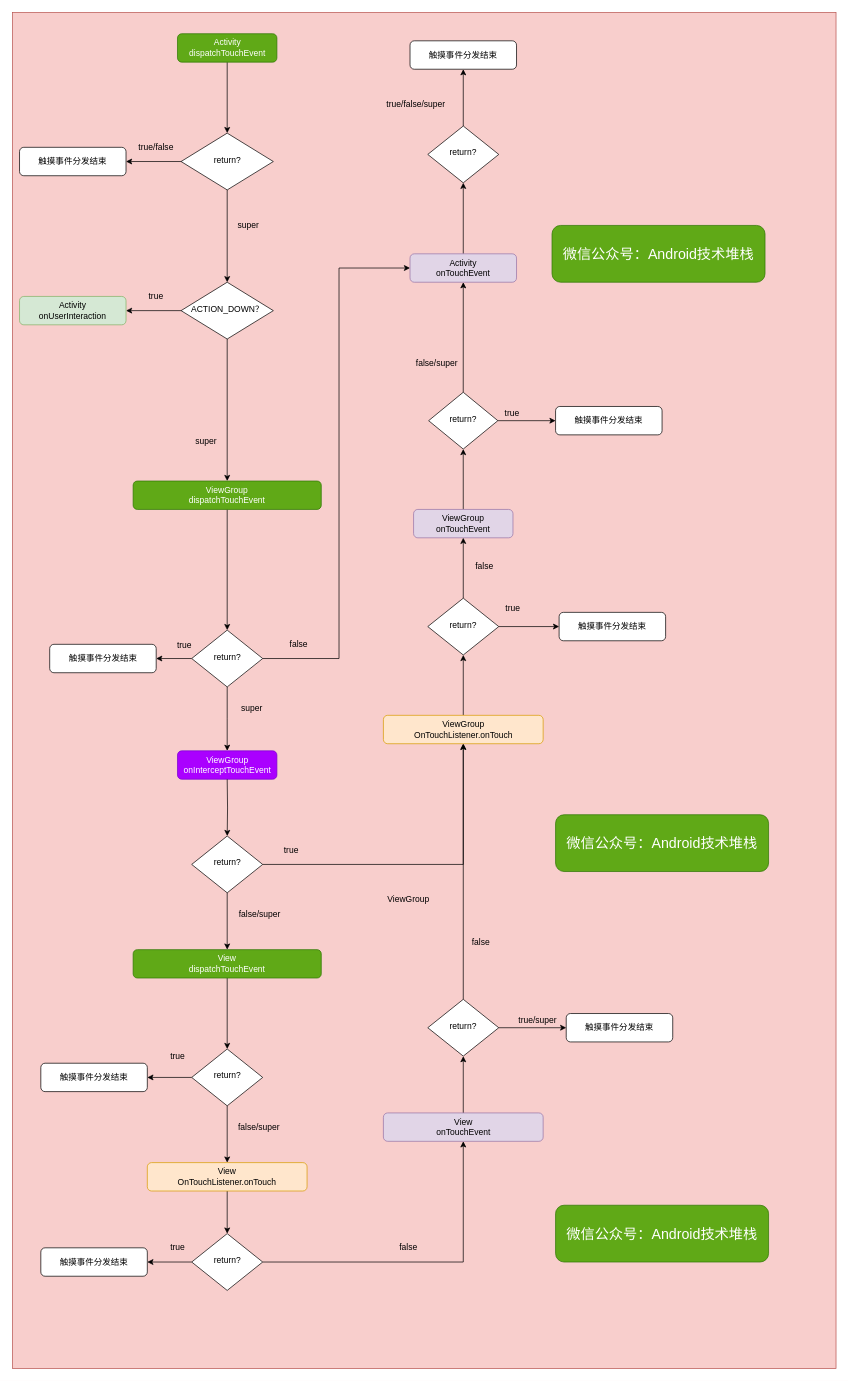
Above: page "触摸事件的分发流程" (2 of 2) of View/Untitled Diagram.drawio in chaozhouzhang/learning-summary (draw.io), before the change. Source tidied: cells renumbered, new cells numbered last; positions are measured from the earlier drawing's top-left corner, leaving out a move shared by most shapes. Both pictures are drawn from the tidied source at 71%, with x=0, y=0 at pixel (12, 12).
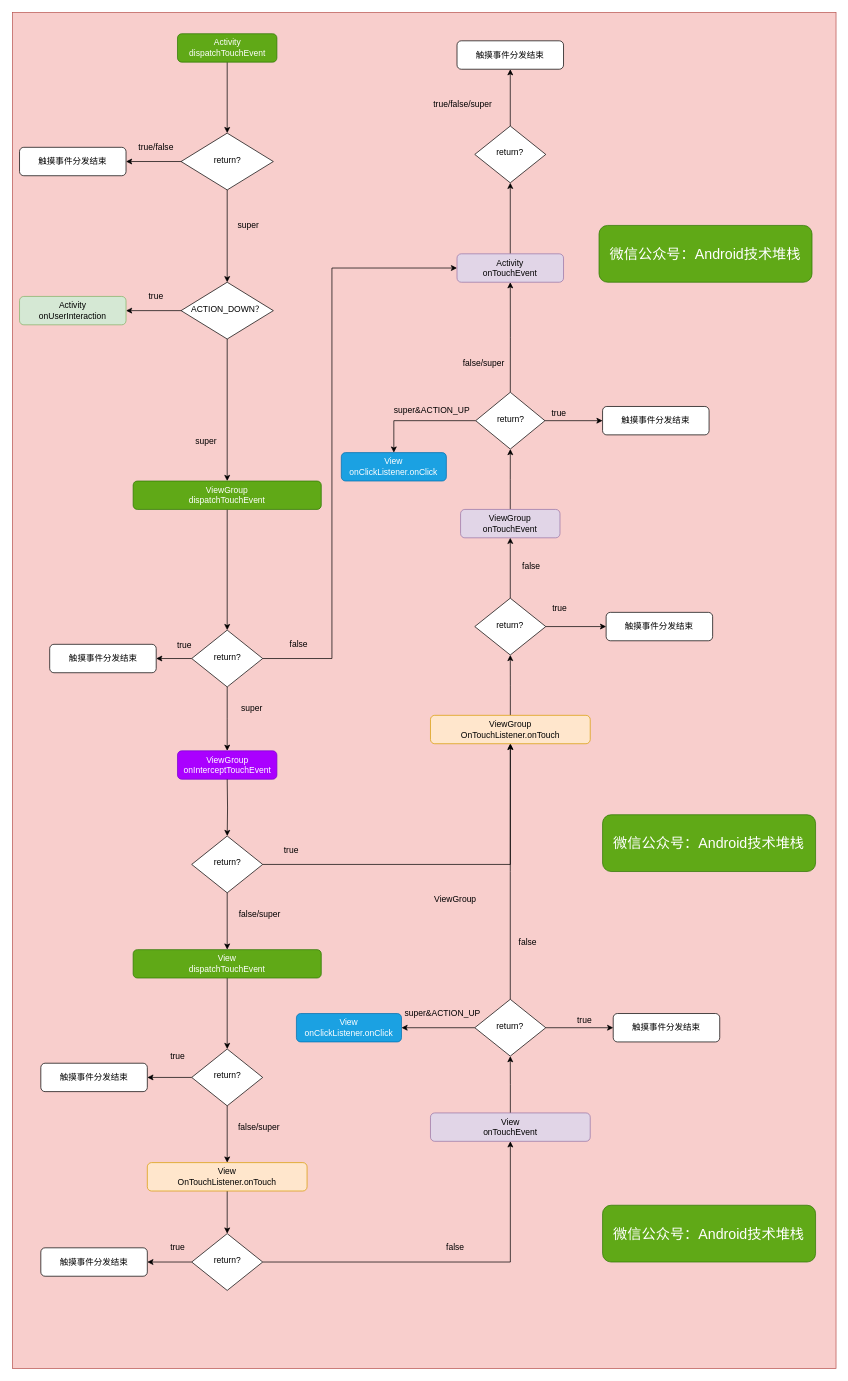
The same page after the edit.

The change refers to these unchanged cells:
```xml
<mxCell id="12" value="return?" style="rhombus;whiteSpace=wrap;html=1;shadow=0;fontFamily=Helvetica;fontSize=12;align=center;strokeWidth=1;spacing=6;spacingTop=-4;" parent="1" vertex="1">
  <mxGeometry x="252.5" y="870" width="100" height="80" as="geometry" />
</mxCell>
```

What changed in the source:
```diff
@@
     <mxCell id="9" style="edgeStyle=orthogonalEdgeStyle;rounded=0;jettySize=auto;html=1;exitX=1;exitY=0.5;exitDx=0;exitDy=0;entryX=0;entryY=0.5;entryDx=0;entryDy=0;" parent="1" edge="1" source="12" target="14">
       <mxGeometry relative="1" as="geometry">
         <Array as="points">
-          <mxPoint x="460" y="910" />
-          <mxPoint x="460" y="360" />
+          <mxPoint x="450" y="910" />
+          <mxPoint x="450" y="360" />
         </Array>
       </mxGeometry>
     </mxCell>
@@
     <mxCell id="14" value="Activity&lt;br&gt;onTouchEvent" style="rounded=1;whiteSpace=wrap;html=1;fontSize=12;glass=0;strokeWidth=1;shadow=0;fillColor=#e1d5e7;strokeColor=#9673a6;" parent="1" vertex="1">
-      <mxGeometry x="560" y="340" width="150" height="40" as="geometry" />
+      <mxGeometry x="626.2" y="340" width="150" height="40" as="geometry" />
     </mxCell>
@@
     <mxCell id="21" value="return?" style="rhombus;whiteSpace=wrap;html=1;shadow=0;fontFamily=Helvetica;fontSize=12;align=center;strokeWidth=1;spacing=6;spacingTop=-4;" parent="1" vertex="1">
-      <mxGeometry x="585" y="160" width="100" height="80" as="geometry" />
+      <mxGeometry x="651.2" y="160" width="100" height="80" as="geometry" />
     </mxCell>
     <mxCell id="22" value="&lt;span&gt;触摸事件分发结束&lt;/span&gt;" style="rounded=1;whiteSpace=wrap;html=1;fontSize=12;glass=0;strokeWidth=1;shadow=0;" parent="1" vertex="1">
-      <mxGeometry x="765" y="555" width="150" height="40" as="geometry" />
+      <mxGeometry x="831.2" y="555" width="150" height="40" as="geometry" />
     </mxCell>
@@
     <mxCell id="31" value="ViewGroup&lt;br&gt;onTouchEvent" style="rounded=1;whiteSpace=wrap;html=1;fontSize=12;glass=0;strokeWidth=1;shadow=0;fillColor=#e1d5e7;strokeColor=#9673a6;" parent="1" vertex="1">
-      <mxGeometry x="565" y="700" width="140" height="40" as="geometry" />
+      <mxGeometry x="631.2" y="700" width="140" height="40" as="geometry" />
     </mxCell>
@@
+    <mxCell id="84" style="edgeStyle=orthogonalEdgeStyle;rounded=0;jettySize=auto;html=1;fontSize=12;" parent="1" edge="1" source="35" target="88">
+      <mxGeometry relative="1" as="geometry" />
+    </mxCell>
     <mxCell id="35" value="return?" style="rhombus;whiteSpace=wrap;html=1;shadow=0;fontFamily=Helvetica;fontSize=12;align=center;strokeWidth=1;spacing=6;spacingTop=-4;" parent="1" vertex="1">
-      <mxGeometry x="586.2" y="535" width="97.5" height="80" as="geometry" />
+      <mxGeometry x="652.5" y="535" width="97.5" height="80" as="geometry" />
     </mxCell>
     <mxCell id="36" value="false/super" style="text;html=1;strokeColor=none;fillColor=none;align=center;verticalAlign=middle;whiteSpace=wrap;rounded=0;" parent="1" vertex="1">
-      <mxGeometry x="577.5" y="485" width="40" height="20" as="geometry" />
+      <mxGeometry x="643.8" y="485" width="40" height="20" as="geometry" />
     </mxCell>
     <mxCell id="37" value="true" style="text;html=1;strokeColor=none;fillColor=none;align=center;verticalAlign=middle;whiteSpace=wrap;rounded=0;" parent="1" vertex="1">
-      <mxGeometry x="683.8" y="555" width="40" height="20" as="geometry" />
+      <mxGeometry x="750" y="555" width="40" height="20" as="geometry" />
     </mxCell>
@@
     <mxCell id="40" value="微信公众号：Android技术堆栈" style="rounded=1;whiteSpace=wrap;html=1;fontSize=20;glass=0;strokeWidth=1;shadow=0;fillColor=#60a917;strokeColor=#2D7600;fontColor=#ffffff;" parent="1" vertex="1">
-      <mxGeometry x="765" y="1130" width="300" height="80" as="geometry" />
+      <mxGeometry x="831.2" y="1130" width="300" height="80" as="geometry" />
     </mxCell>
@@
     <mxCell id="44" value="View&lt;br&gt;onTouchEvent" style="rounded=1;whiteSpace=wrap;html=1;fontSize=12;glass=0;strokeWidth=1;shadow=0;fillColor=#e1d5e7;strokeColor=#9673a6;" parent="1" vertex="1">
-      <mxGeometry x="522.5" y="1550" width="225" height="40" as="geometry" />
+      <mxGeometry x="588.8" y="1550" width="225" height="40" as="geometry" />
     </mxCell>
@@
+    <mxCell id="85" style="edgeStyle=orthogonalEdgeStyle;rounded=0;jettySize=auto;html=1;fontSize=12;entryX=1;entryY=0.5;entryDx=0;entryDy=0;" parent="1" edge="1" source="51" target="86">
+      <mxGeometry relative="1" as="geometry" />
+    </mxCell>
     <mxCell id="51" value="return?" style="rhombus;whiteSpace=wrap;html=1;shadow=0;fontFamily=Helvetica;fontSize=12;align=center;strokeWidth=1;spacing=6;spacingTop=-4;" parent="1" vertex="1">
-      <mxGeometry x="585" y="1390" width="100" height="80" as="geometry" />
+      <mxGeometry x="651.2" y="1390" width="100" height="80" as="geometry" />
     </mxCell>
     <mxCell id="52" value="false" style="text;html=1;strokeColor=none;fillColor=none;align=center;verticalAlign=middle;whiteSpace=wrap;rounded=0;fontSize=12;" parent="1" vertex="1">
-      <mxGeometry x="537.5" y="1730" width="40" height="20" as="geometry" />
+      <mxGeometry x="603.8" y="1730" width="40" height="20" as="geometry" />
     </mxCell>
     <mxCell id="53" value="&lt;span&gt;触摸事件分发结束&lt;/span&gt;" style="rounded=1;whiteSpace=wrap;html=1;fontSize=12;glass=0;strokeWidth=1;shadow=0;" parent="1" vertex="1">
-      <mxGeometry x="780" y="1410" width="150" height="40" as="geometry" />
+      <mxGeometry x="846.2" y="1410" width="150" height="40" as="geometry" />
     </mxCell>
-    <mxCell id="54" value="true/super" style="text;html=1;strokeColor=none;fillColor=none;align=center;verticalAlign=middle;whiteSpace=wrap;rounded=0;fontSize=12;" parent="1" vertex="1">
-      <mxGeometry x="720" y="1410" width="40" height="20" as="geometry" />
+    <mxCell id="54" value="true" style="text;html=1;strokeColor=none;fillColor=none;align=center;verticalAlign=middle;whiteSpace=wrap;rounded=0;fontSize=12;" parent="1" vertex="1">
+      <mxGeometry x="786.2" y="1410" width="40" height="20" as="geometry" />
     </mxCell>
     <mxCell id="55" value="false" style="text;html=1;strokeColor=none;fillColor=none;align=center;verticalAlign=middle;whiteSpace=wrap;rounded=0;fontSize=12;" parent="1" vertex="1">
-      <mxGeometry x="640" y="1300" width="40" height="20" as="geometry" />
+      <mxGeometry x="706.2" y="1300" width="40" height="20" as="geometry" />
     </mxCell>
@@
     <mxCell id="57" value="&lt;span&gt;ViewGroup&lt;br&gt;OnTouchListener.onTouch&lt;/span&gt;" style="rounded=1;whiteSpace=wrap;html=1;fontSize=12;glass=0;strokeWidth=1;shadow=0;fillColor=#ffe6cc;strokeColor=#d79b00;" parent="1" vertex="1">
-      <mxGeometry x="522.5" y="990" width="225" height="40" as="geometry" />
+      <mxGeometry x="588.8" y="990" width="225" height="40" as="geometry" />
     </mxCell>
     <mxCell id="58" value="&lt;span&gt;触摸事件分发结束&lt;/span&gt;" style="rounded=1;whiteSpace=wrap;html=1;fontSize=12;glass=0;strokeWidth=1;shadow=0;" parent="1" vertex="1">
-      <mxGeometry x="770" y="845" width="150" height="40" as="geometry" />
+      <mxGeometry x="836.2" y="845" width="150" height="40" as="geometry" />
     </mxCell>
@@
     <mxCell id="61" value="return?" style="rhombus;whiteSpace=wrap;html=1;shadow=0;fontFamily=Helvetica;fontSize=12;align=center;strokeWidth=1;spacing=6;spacingTop=-4;" parent="1" vertex="1">
-      <mxGeometry x="585" y="825" width="100" height="80" as="geometry" />
+      <mxGeometry x="651.2" y="825" width="100" height="80" as="geometry" />
     </mxCell>
     <mxCell id="62" value="true" style="text;html=1;strokeColor=none;fillColor=none;align=center;verticalAlign=middle;whiteSpace=wrap;rounded=0;fontSize=12;" parent="1" vertex="1">
-      <mxGeometry x="685" y="830" width="40" height="20" as="geometry" />
+      <mxGeometry x="751.2" y="830" width="40" height="20" as="geometry" />
     </mxCell>
     <mxCell id="63" value="false" style="text;html=1;strokeColor=none;fillColor=none;align=center;verticalAlign=middle;whiteSpace=wrap;rounded=0;fontSize=12;" parent="1" vertex="1">
-      <mxGeometry x="645" y="770" width="40" height="20" as="geometry" />
+      <mxGeometry x="711.2" y="770" width="40" height="20" as="geometry" />
     </mxCell>
     <mxCell id="64" value="ViewGroup" style="text;html=1;strokeColor=none;fillColor=none;align=center;verticalAlign=middle;whiteSpace=wrap;rounded=0;fontSize=12;" parent="1" vertex="1">
-      <mxGeometry x="537.5" y="1240" width="40" height="20" as="geometry" />
+      <mxGeometry x="603.8" y="1240" width="40" height="20" as="geometry" />
     </mxCell>
@@
     <mxCell id="71" value="&lt;span&gt;触摸事件分发结束&lt;/span&gt;" style="rounded=1;whiteSpace=wrap;html=1;fontSize=12;glass=0;strokeWidth=1;shadow=0;" parent="1" vertex="1">
-      <mxGeometry x="560" y="40" width="150" height="40" as="geometry" />
+      <mxGeometry x="626.2" y="40" width="150" height="40" as="geometry" />
     </mxCell>
@@
     <mxCell id="81" value="true/false/super" style="text;html=1;align=center;verticalAlign=middle;" parent="1" vertex="1">
-      <mxGeometry x="517.5" y="120" width="100" height="20" as="geometry" />
+      <mxGeometry x="583.8" y="120" width="100" height="20" as="geometry" />
     </mxCell>
     <mxCell id="82" value="微信公众号：Android技术堆栈" style="rounded=1;whiteSpace=wrap;html=1;fontSize=20;glass=0;strokeWidth=1;shadow=0;fillColor=#60a917;strokeColor=#2D7600;fontColor=#ffffff;" parent="1" vertex="1">
-      <mxGeometry x="765" y="1680" width="300" height="80" as="geometry" />
+      <mxGeometry x="831.2" y="1680" width="300" height="80" as="geometry" />
     </mxCell>
     <mxCell id="83" value="微信公众号：Android技术堆栈" style="rounded=1;whiteSpace=wrap;html=1;fontSize=20;glass=0;strokeWidth=1;shadow=0;fillColor=#60a917;strokeColor=#2D7600;fontColor=#ffffff;" parent="1" vertex="1">
-      <mxGeometry x="760" y="300" width="300" height="80" as="geometry" />
+      <mxGeometry x="826.2" y="300" width="300" height="80" as="geometry" />
     </mxCell>
+    <mxCell id="86" value="View&lt;br&gt;onClickListener.onClick" style="rounded=1;whiteSpace=wrap;html=1;fontSize=12;fillColor=#1ba1e2;strokeColor=#006EAF;fontColor=#ffffff;" parent="1" vertex="1">
+      <mxGeometry x="400" y="1410" width="148" height="40" as="geometry" />
+    </mxCell>
+    <mxCell id="87" value="super&amp;amp;ACTION_UP" style="text;html=1;strokeColor=none;fillColor=none;align=center;verticalAlign=middle;whiteSpace=wrap;rounded=0;fontSize=12;" parent="1" vertex="1">
+      <mxGeometry x="586.2" y="1400" width="40" height="20" as="geometry" />
+    </mxCell>
+    <mxCell id="88" value="View&lt;br&gt;onClickListener.onClick" style="rounded=1;whiteSpace=wrap;html=1;fontSize=12;fillColor=#1ba1e2;strokeColor=#006EAF;fontColor=#ffffff;" parent="1" vertex="1">
+      <mxGeometry x="463.2" y="620" width="148" height="40" as="geometry" />
+    </mxCell>
+    <mxCell id="89" value="super&amp;amp;ACTION_UP" style="text;html=1;strokeColor=none;fillColor=none;align=center;verticalAlign=middle;whiteSpace=wrap;rounded=0;" parent="1" vertex="1">
+      <mxGeometry x="571.2" y="550" width="40" height="20" as="geometry" />
+    </mxCell>
```
